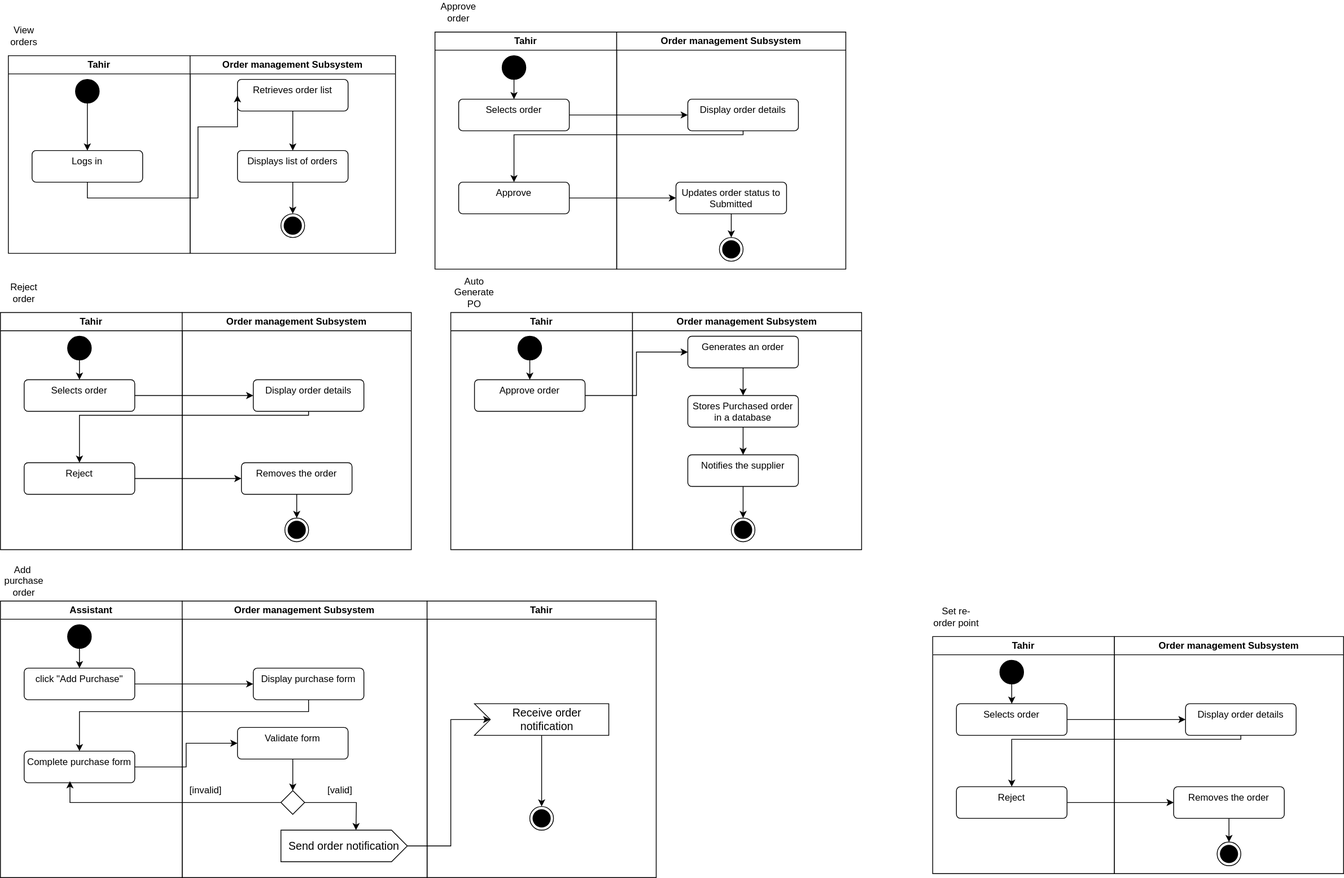
Before: order_act.svg, a diagram exported from draw.io (Simamkele88/IFM3_GP). Source tidied: cells renumbered, new cells last; positions are measured from the earlier drawing's top-left corner, leaving out a move shared by most shapes.
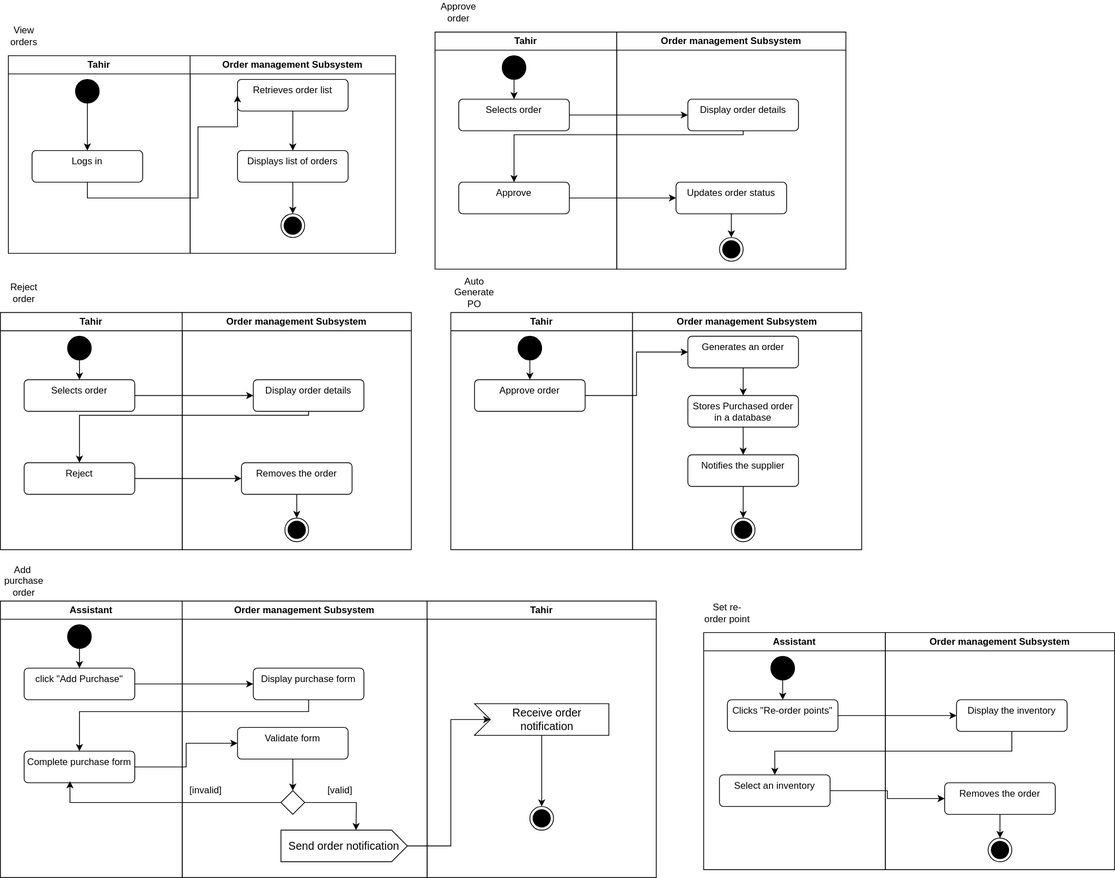
After the change.

The edit, as a diff of the source:
```diff
@@ -70,7 +70,7 @@
     <mxCell id="22" style="edgeStyle=orthogonalEdgeStyle;rounded=0;jettySize=auto;html=1;" parent="19" edge="1" source="23" target="20">
       <mxGeometry relative="1" as="geometry" />
     </mxCell>
-    <mxCell id="23" value="Updates order status to Submitted" style="html=1;align=center;verticalAlign=top;rounded=1;absoluteArcSize=1;arcSize=10;dashed=0;whiteSpace=wrap;" parent="19" vertex="1">
+    <mxCell id="23" value="Updates order status" style="html=1;align=center;verticalAlign=top;rounded=1;absoluteArcSize=1;arcSize=10;dashed=0;whiteSpace=wrap;" parent="19" vertex="1">
       <mxGeometry x="75" y="190" width="140" height="40" as="geometry" />
     </mxCell>
     <mxCell id="24" style="edgeStyle=orthogonalEdgeStyle;rounded=0;jettySize=auto;html=1;entryX=0;entryY=0.5;entryDx=0;entryDy=0;" parent="1" edge="1" source="17" target="21">
@@ -237,8 +237,8 @@
     <mxCell id="72" value="Add&amp;nbsp; purchase order" style="text;html=1;align=center;verticalAlign=middle;whiteSpace=wrap;rounded=0;" parent="1" vertex="1">
       <mxGeometry y="720" width="60" height="30" as="geometry" />
     </mxCell>
-    <mxCell id="73" value="Tahir" style="swimlane;whiteSpace=wrap;html=1;startSize=23;" parent="1" vertex="1">
-      <mxGeometry x="1180" y="805" width="230" height="300" as="geometry" />
+    <mxCell id="73" value="Assistant" style="swimlane;whiteSpace=wrap;html=1;startSize=23;" parent="1" vertex="1">
+      <mxGeometry x="890" y="800" width="230" height="300" as="geometry" />
     </mxCell>
     <mxCell id="74" style="edgeStyle=orthogonalEdgeStyle;rounded=0;jettySize=auto;html=1;" parent="73" edge="1" source="75" target="76">
       <mxGeometry relative="1" as="geometry" />
@@ -246,19 +246,19 @@
     <mxCell id="75" style="ellipse;fillColor=strokeColor;html=1;" parent="73" vertex="1">
       <mxGeometry x="85" y="30" width="30" height="30" as="geometry" />
     </mxCell>
-    <mxCell id="76" value="Selects order" style="html=1;align=center;verticalAlign=top;rounded=1;absoluteArcSize=1;arcSize=10;dashed=0;whiteSpace=wrap;" parent="73" vertex="1">
+    <mxCell id="76" value="Clicks &quot;Re-order points&quot;" style="html=1;align=center;verticalAlign=top;rounded=1;absoluteArcSize=1;arcSize=10;dashed=0;whiteSpace=wrap;" parent="73" vertex="1">
       <mxGeometry x="30" y="85" width="140" height="40" as="geometry" />
     </mxCell>
-    <mxCell id="77" value="Reject" style="html=1;align=center;verticalAlign=top;rounded=1;absoluteArcSize=1;arcSize=10;dashed=0;whiteSpace=wrap;" parent="73" vertex="1">
-      <mxGeometry x="30" y="190" width="140" height="40" as="geometry" />
+    <mxCell id="77" value="Select an inventory" style="html=1;align=center;verticalAlign=top;rounded=1;absoluteArcSize=1;arcSize=10;dashed=0;whiteSpace=wrap;" parent="73" vertex="1">
+      <mxGeometry x="20" y="180" width="140" height="40" as="geometry" />
     </mxCell>
     <mxCell id="78" value="Order management Subsystem" style="swimlane;whiteSpace=wrap;html=1;" parent="1" vertex="1">
-      <mxGeometry x="1410" y="805" width="290" height="300" as="geometry" />
+      <mxGeometry x="1120" y="800" width="290" height="300" as="geometry" />
     </mxCell>
     <mxCell id="79" style="ellipse;html=1;shape=endState;fillColor=strokeColor;" parent="78" vertex="1">
       <mxGeometry x="130" y="260" width="30" height="30" as="geometry" />
     </mxCell>
-    <mxCell id="80" value="Display order details" style="html=1;align=center;verticalAlign=top;rounded=1;absoluteArcSize=1;arcSize=10;dashed=0;whiteSpace=wrap;" parent="78" vertex="1">
+    <mxCell id="80" value="Display the inventory" style="html=1;align=center;verticalAlign=top;rounded=1;absoluteArcSize=1;arcSize=10;dashed=0;whiteSpace=wrap;" parent="78" vertex="1">
       <mxGeometry x="90" y="85" width="140" height="40" as="geometry" />
     </mxCell>
     <mxCell id="81" style="edgeStyle=orthogonalEdgeStyle;rounded=0;jettySize=auto;html=1;" parent="78" edge="1" source="82" target="79">
@@ -270,19 +270,11 @@
     <mxCell id="83" style="edgeStyle=orthogonalEdgeStyle;rounded=0;jettySize=auto;html=1;entryX=0;entryY=0.5;entryDx=0;entryDy=0;" parent="1" edge="1" source="76" target="80">
       <mxGeometry relative="1" as="geometry" />
     </mxCell>
-    <mxCell id="84" style="edgeStyle=orthogonalEdgeStyle;rounded=0;jettySize=auto;html=1;entryX=0.5;entryY=0;entryDx=0;entryDy=0;" parent="1" edge="1" source="80" target="77">
-      <mxGeometry relative="1" as="geometry">
-        <Array as="points">
-          <mxPoint x="1570" y="935" />
-          <mxPoint x="1280" y="935" />
-        </Array>
-      </mxGeometry>
-    </mxCell>
     <mxCell id="85" style="edgeStyle=orthogonalEdgeStyle;rounded=0;jettySize=auto;html=1;entryX=0;entryY=0.5;entryDx=0;entryDy=0;" parent="1" edge="1" source="77" target="82">
       <mxGeometry relative="1" as="geometry" />
     </mxCell>
     <mxCell id="86" value="Set re-order point" style="text;html=1;align=center;verticalAlign=middle;whiteSpace=wrap;rounded=0;" parent="1" vertex="1">
-      <mxGeometry x="1180" y="765" width="60" height="30" as="geometry" />
+      <mxGeometry x="890" y="760" width="60" height="30" as="geometry" />
     </mxCell>
     <mxCell id="87" style="edgeStyle=orthogonalEdgeStyle;rounded=0;jettySize=auto;html=1;entryX=0;entryY=0.5;entryDx=0;entryDy=0;" parent="1" edge="1" source="60" target="66">
       <mxGeometry relative="1" as="geometry" />
@@ -310,5 +302,13 @@
         </Array>
       </mxGeometry>
     </mxCell>
+    <mxCell id="84" style="edgeStyle=orthogonalEdgeStyle;rounded=0;jettySize=auto;html=1;" parent="1" edge="1" source="80" target="77">
+      <mxGeometry relative="1" as="geometry">
+        <Array as="points">
+          <mxPoint x="1280" y="950" />
+          <mxPoint x="980" y="950" />
+        </Array>
+      </mxGeometry>
+    </mxCell>
   </root>
 </mxGraphModel>
```
